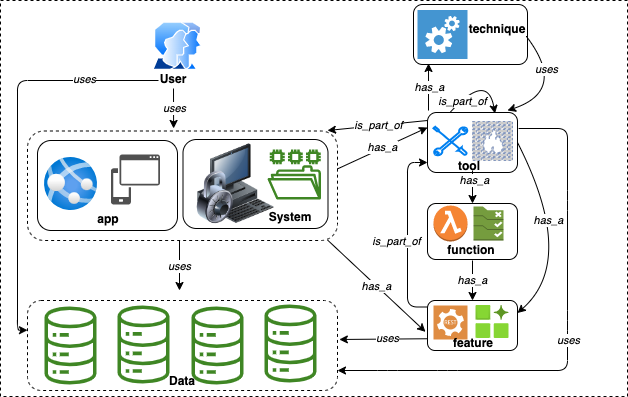
The draw.io diagram Ontology/ontology_user_view.png in garima0106/AISecKG-cybersecurity-dataset, before a commit. Source tidied: cells renumbered, new cells last; positions are measured from the earlier drawing's top-left corner, leaving out a move shared by most shapes. Its diagram source:
```xml
<mxGraphModel>
  <root>
    <mxCell id="0" />
    <mxCell id="1" parent="0" />
    <mxCell id="2" style="rounded=0;whiteSpace=wrap;html=1;dashed=1;" parent="1" vertex="1">
      <mxGeometry width="627" height="396" as="geometry" />
    </mxCell>
    <mxCell id="3" style="rounded=1;whiteSpace=wrap;html=1;" parent="1" vertex="1">
      <mxGeometry x="413" y="4" width="114" height="60" as="geometry" />
    </mxCell>
    <mxCell id="4" style="rounded=1;whiteSpace=wrap;html=1;dashed=1;" parent="1" vertex="1">
      <mxGeometry x="27" y="130.5" width="310" height="109.5" as="geometry" />
    </mxCell>
    <mxCell id="5" style="rounded=1;whiteSpace=wrap;html=1;" parent="1" vertex="1">
      <mxGeometry x="182.5" y="139" width="145" height="89" as="geometry" />
    </mxCell>
    <mxCell id="6" style="edgeStyle=orthogonalEdgeStyle;rounded=1;orthogonalLoop=1;jettySize=auto;html=1;" parent="1" edge="1">
      <mxGeometry relative="1" as="geometry">
        <mxPoint x="427" y="306.5" as="sourcePoint" />
        <mxPoint x="427" y="162" as="targetPoint" />
        <Array as="points">
          <mxPoint x="407" y="307" />
          <mxPoint x="407" y="162" />
          <mxPoint x="427" y="162" />
        </Array>
      </mxGeometry>
    </mxCell>
    <mxCell id="7" value="&lt;i&gt;is_part_of&lt;/i&gt;" style="edgeLabel;html=1;align=center;verticalAlign=middle;fontSize=11;fontFamily=Helvetica;fontColor=default;" parent="6" vertex="1">
      <mxGeometry x="-0.06" y="-2" relative="1" as="geometry">
        <mxPoint x="-14" y="1" as="offset" />
      </mxGeometry>
    </mxCell>
    <mxCell id="8" style="rounded=1;whiteSpace=wrap;html=1;" parent="1" vertex="1">
      <mxGeometry x="427" y="300" width="90" height="50" as="geometry" />
    </mxCell>
    <mxCell id="9" style="rounded=1;whiteSpace=wrap;html=1;" parent="1" vertex="1">
      <mxGeometry x="427" y="203" width="90" height="56" as="geometry" />
    </mxCell>
    <mxCell id="10" style="rounded=1;whiteSpace=wrap;html=1;dashed=1;" parent="1" vertex="1">
      <mxGeometry x="27" y="300" width="310" height="90" as="geometry" />
    </mxCell>
    <mxCell id="11" style="rounded=1;whiteSpace=wrap;html=1;" parent="1" vertex="1">
      <mxGeometry x="427" y="112" width="90" height="60" as="geometry" />
    </mxCell>
    <mxCell id="12" style="rounded=1;whiteSpace=wrap;html=1;" parent="1" vertex="1">
      <mxGeometry x="37" y="140" width="140" height="90" as="geometry" />
    </mxCell>
    <mxCell id="13" style="edgeStyle=orthogonalEdgeStyle;rounded=1;orthogonalLoop=1;jettySize=auto;html=1;entryX=0;entryY=0.33;entryDx=0;entryDy=0;entryPerimeter=0;startArrow=none;" parent="1" edge="1">
      <mxGeometry relative="1" as="geometry">
        <mxPoint x="158" y="80" as="sourcePoint" />
        <mxPoint x="27" y="329.7" as="targetPoint" />
        <Array as="points">
          <mxPoint x="17" y="80" />
          <mxPoint x="17" y="330" />
        </Array>
      </mxGeometry>
    </mxCell>
    <mxCell id="14" value="&lt;i&gt;uses&lt;/i&gt;" style="edgeLabel;html=1;align=center;verticalAlign=middle;fontSize=11;fontFamily=Helvetica;fontColor=default;" parent="13" vertex="1">
      <mxGeometry x="-0.62" y="-1" relative="1" as="geometry">
        <mxPoint y="-1" as="offset" />
      </mxGeometry>
    </mxCell>
    <mxCell id="15" style="perimeter=ellipsePerimeter;html=1;align=center;shadow=0;dashed=0;spacingTop=3;image;image=img/lib/active_directory/user_accounts.svg;" parent="1" vertex="1">
      <mxGeometry x="152" y="21.5" width="50" height="48.5" as="geometry" />
    </mxCell>
    <mxCell id="16" style="image;html=1;image=img/lib/clip_art/computers/Secure_System_128x128.png;" parent="1" vertex="1">
      <mxGeometry x="195" y="143.5" width="80" height="80" as="geometry" />
    </mxCell>
    <mxCell id="17" style="sketch=0;shadow=0;dashed=0;html=1;strokeColor=none;labelPosition=center;verticalLabelPosition=bottom;verticalAlign=top;align=center;fillColor=#505050;shape=mxgraph.mscae.intune.device_os;" parent="1" vertex="1">
      <mxGeometry x="110.5" y="154" width="49" height="50" as="geometry" />
    </mxCell>
    <mxCell id="18" style="sketch=0;fontColor=#232F3E;gradientColor=none;fillColor=#3F8624;strokeColor=none;dashed=0;verticalLabelPosition=bottom;verticalAlign=top;align=center;html=1;fontSize=12;fontStyle=0;shape=mxgraph.aws4.file_system;" parent="1" vertex="1">
      <mxGeometry x="267" y="149" width="53.4" height="50" as="geometry" />
    </mxCell>
    <mxCell id="19" value="&lt;b&gt;System&lt;/b&gt;" style="text;html=1;strokeColor=none;fillColor=none;align=center;verticalAlign=middle;whiteSpace=wrap;rounded=0;" parent="1" vertex="1">
      <mxGeometry x="260" y="202" width="60" height="30" as="geometry" />
    </mxCell>
    <mxCell id="20" style="html=1;align=center;image;fontSize=12;image=img/lib/azure2/compute/App_Services.svg;" parent="1" vertex="1">
      <mxGeometry x="44" y="157" width="53" height="53" as="geometry" />
    </mxCell>
    <mxCell id="21" value="&lt;b&gt;app&lt;/b&gt;" style="text;html=1;strokeColor=none;fillColor=none;align=center;verticalAlign=middle;whiteSpace=wrap;rounded=0;" parent="1" vertex="1">
      <mxGeometry x="78" y="204" width="60" height="30" as="geometry" />
    </mxCell>
    <mxCell id="22" style="endArrow=classic;html=1;rounded=0;" parent="1" edge="1">
      <mxGeometry relative="1" as="geometry">
        <mxPoint x="179" y="240" as="sourcePoint" />
        <mxPoint x="179" y="290" as="targetPoint" />
      </mxGeometry>
    </mxCell>
    <mxCell id="23" value="&lt;i&gt;uses&lt;/i&gt;" style="edgeLabel;html=1;align=center;verticalAlign=middle;fontSize=11;fontFamily=Helvetica;fontColor=default;" parent="22" vertex="1">
      <mxGeometry x="-0.02" y="1" relative="1" as="geometry">
        <mxPoint x="-2" as="offset" />
      </mxGeometry>
    </mxCell>
    <mxCell id="24" style="html=1;verticalLabelPosition=bottom;align=center;labelBackgroundColor=#ffffff;verticalAlign=top;strokeWidth=2;strokeColor=#0080F0;shadow=0;dashed=0;shape=mxgraph.ios7.icons.tools;" parent="1" vertex="1">
      <mxGeometry x="433" y="126.3" width="34" height="28.7" as="geometry" />
    </mxCell>
    <mxCell id="25" style="dashed=0;verticalLabelPosition=bottom;verticalAlign=top;align=center;html=1;shape=mxgraph.aws3.config_rule;fillColor=#759C3E;gradientColor=none;" parent="1" vertex="1">
      <mxGeometry x="473" y="206" width="30" height="34" as="geometry" />
    </mxCell>
    <mxCell id="26" style="dashed=0;verticalLabelPosition=bottom;verticalAlign=top;align=center;html=1;shape=mxgraph.aws3.lambda_function;fillColor=#F58534;gradientColor=none;" parent="1" vertex="1">
      <mxGeometry x="433" y="205" width="34" height="36" as="geometry" />
    </mxCell>
    <mxCell id="27" style="html=1;align=center;image;fontSize=12;image=img/lib/azure2/general/Preview_Features.svg;" parent="1" vertex="1">
      <mxGeometry x="475.5" y="305" width="33" height="33" as="geometry" />
    </mxCell>
    <mxCell id="28" style="sketch=0;shadow=0;dashed=0;html=1;strokeColor=none;fillColor=#DF8C42;labelPosition=center;verticalLabelPosition=bottom;verticalAlign=top;align=center;shape=mxgraph.veeam2.restful_api;" parent="1" vertex="1">
      <mxGeometry x="433" y="305" width="34" height="34" as="geometry" />
    </mxCell>
    <mxCell id="29" value="&lt;b&gt;tool&lt;/b&gt;" style="text;html=1;strokeColor=none;fillColor=none;align=center;verticalAlign=middle;whiteSpace=wrap;rounded=0;" parent="1" vertex="1">
      <mxGeometry x="439" y="153" width="60" height="26" as="geometry" />
    </mxCell>
    <mxCell id="30" style="sketch=0;fontColor=#232F3E;gradientColor=none;fillColor=#3F8624;strokeColor=none;dashed=0;verticalLabelPosition=bottom;verticalAlign=top;align=center;html=1;fontSize=12;fontStyle=0;shape=mxgraph.aws4.iot_analytics_data_store;" parent="1" vertex="1">
      <mxGeometry x="116" y="305" width="54" height="78" as="geometry" />
    </mxCell>
    <mxCell id="31" style="sketch=0;fontColor=#232F3E;gradientColor=none;fillColor=#3F8624;strokeColor=none;dashed=0;verticalLabelPosition=bottom;verticalAlign=top;align=center;html=1;fontSize=12;fontStyle=0;shape=mxgraph.aws4.iot_analytics_data_store;" parent="1" vertex="1">
      <mxGeometry x="263" y="304" width="54" height="78" as="geometry" />
    </mxCell>
    <mxCell id="32" style="sketch=0;fontColor=#232F3E;gradientColor=none;fillColor=#3F8624;strokeColor=none;dashed=0;verticalLabelPosition=bottom;verticalAlign=top;align=center;html=1;fontSize=12;fontStyle=0;shape=mxgraph.aws4.iot_analytics_data_store;" parent="1" vertex="1">
      <mxGeometry x="43" y="306" width="54" height="78" as="geometry" />
    </mxCell>
    <mxCell id="33" value="&lt;b&gt;function&lt;/b&gt;" style="text;html=1;strokeColor=none;fillColor=none;align=center;verticalAlign=middle;whiteSpace=wrap;rounded=0;" parent="1" vertex="1">
      <mxGeometry x="441" y="235" width="60" height="30" as="geometry" />
    </mxCell>
    <mxCell id="34" value="&lt;b&gt;feature&lt;/b&gt;" style="text;html=1;strokeColor=none;fillColor=none;align=center;verticalAlign=middle;whiteSpace=wrap;rounded=0;" parent="1" vertex="1">
      <mxGeometry x="443" y="328" width="60" height="30" as="geometry" />
    </mxCell>
    <mxCell id="35" value="&lt;i&gt;has_a&lt;/i&gt;" style="endArrow=classic;html=1;rounded=0;entryX=0.5;entryY=0;entryDx=0;entryDy=0;" parent="1" edge="1" target="8">
      <mxGeometry relative="1" as="geometry">
        <mxPoint x="472" y="260" as="sourcePoint" />
      </mxGeometry>
    </mxCell>
    <mxCell id="36" value="&lt;b&gt;Data&lt;/b&gt;" style="text;html=1;strokeColor=none;fillColor=none;align=center;verticalAlign=middle;whiteSpace=wrap;rounded=0;" parent="1" vertex="1">
      <mxGeometry x="152" y="366" width="60" height="30" as="geometry" />
    </mxCell>
    <mxCell id="37" style="endArrow=classic;html=1;rounded=0;exitX=0;exitY=0.75;exitDx=0;exitDy=0;entryX=1.006;entryY=0.345;entryDx=0;entryDy=0;entryPerimeter=0;" parent="1" edge="1">
      <mxGeometry relative="1" as="geometry">
        <mxPoint x="427" y="338.2" as="sourcePoint" />
        <mxPoint x="338.9" y="339" as="targetPoint" />
      </mxGeometry>
    </mxCell>
    <mxCell id="38" value="&lt;i&gt;uses&lt;/i&gt;" style="edgeLabel;html=1;align=center;verticalAlign=middle;fontSize=11;fontFamily=Helvetica;fontColor=default;" parent="37" vertex="1">
      <mxGeometry x="-0.09" y="-1" relative="1" as="geometry" />
    </mxCell>
    <mxCell id="39" style="sketch=0;fontColor=#232F3E;gradientColor=none;fillColor=#3F8624;strokeColor=none;dashed=0;verticalLabelPosition=bottom;verticalAlign=top;align=center;html=1;fontSize=12;fontStyle=0;shape=mxgraph.aws4.iot_analytics_data_store;" parent="1" vertex="1">
      <mxGeometry x="190" y="306" width="54" height="78" as="geometry" />
    </mxCell>
    <mxCell id="40" style="endArrow=classic;html=1;rounded=0;entryX=0.5;entryY=0;entryDx=0;entryDy=0;" parent="1" edge="1" target="9">
      <mxGeometry relative="1" as="geometry">
        <mxPoint x="472" y="170" as="sourcePoint" />
      </mxGeometry>
    </mxCell>
    <mxCell id="41" value="&lt;i&gt;has_a&lt;/i&gt;" style="edgeLabel;html=1;align=center;verticalAlign=middle;fontSize=11;fontFamily=Helvetica;fontColor=default;" parent="40" vertex="1">
      <mxGeometry x="-0.48" y="1" relative="1" as="geometry" />
    </mxCell>
    <mxCell id="42" style="fontColor=#0066CC;verticalAlign=top;verticalLabelPosition=bottom;labelPosition=center;align=center;html=1;fillColor=#CCCCCC;strokeColor=#6881B3;gradientColor=none;gradientDirection=north;strokeWidth=2;shape=mxgraph.networks.firewall;dashed=1;" parent="1" vertex="1">
      <mxGeometry x="472" y="121" width="40" height="39" as="geometry" />
    </mxCell>
    <mxCell id="43" style="endArrow=classic;html=1;rounded=1;labelBackgroundColor=default;strokeColor=default;fontFamily=Helvetica;fontSize=11;fontColor=default;shape=connector;entryX=0.71;entryY=-0.005;entryDx=0;entryDy=0;entryPerimeter=0;" parent="1" edge="1">
      <mxGeometry relative="1" as="geometry">
        <mxPoint x="173" y="88" as="sourcePoint" />
        <mxPoint x="173.1" y="128" as="targetPoint" />
      </mxGeometry>
    </mxCell>
    <mxCell id="44" value="&lt;i&gt;uses&lt;/i&gt;" style="edgeLabel;html=1;align=center;verticalAlign=middle;dashed=1;fontFamily=Helvetica;fontSize=11;fontColor=default;" parent="43" vertex="1">
      <mxGeometry relative="1" as="geometry" />
    </mxCell>
    <mxCell id="45" style="endArrow=classic;html=1;rounded=1;labelBackgroundColor=default;strokeColor=default;fontFamily=Helvetica;fontSize=11;fontColor=default;shape=connector;exitX=0.968;exitY=0.996;exitDx=0;exitDy=0;exitPerimeter=0;entryX=-0.022;entryY=0.627;entryDx=0;entryDy=0;entryPerimeter=0;" parent="1" edge="1" source="4" target="8">
      <mxGeometry relative="1" as="geometry" />
    </mxCell>
    <mxCell id="46" value="&lt;i&gt;has_a&lt;/i&gt;" style="edgeLabel;html=1;align=center;verticalAlign=middle;dashed=1;fontFamily=Helvetica;fontSize=11;fontColor=default;" parent="45" vertex="1">
      <mxGeometry relative="1" as="geometry" />
    </mxCell>
    <mxCell id="47" value="&lt;i&gt;has_a&lt;/i&gt;" style="endArrow=classic;html=1;rounded=1;labelBackgroundColor=default;strokeColor=default;fontFamily=Helvetica;fontSize=11;fontColor=default;shape=connector;exitX=1;exitY=0.346;exitDx=0;exitDy=0;exitPerimeter=0;entryX=0;entryY=0.25;entryDx=0;entryDy=0;" parent="1" edge="1" source="4" target="11">
      <mxGeometry relative="1" as="geometry" />
    </mxCell>
    <mxCell id="48" style="endArrow=classic;html=1;rounded=1;labelBackgroundColor=default;strokeColor=default;fontFamily=Helvetica;fontSize=11;fontColor=default;shape=connector;" parent="1" edge="1">
      <mxGeometry relative="1" as="geometry">
        <mxPoint x="427" y="120" as="sourcePoint" />
        <mxPoint x="327" y="130" as="targetPoint" />
      </mxGeometry>
    </mxCell>
    <mxCell id="49" value="&lt;i&gt;is_part_of&lt;/i&gt;" style="edgeLabel;html=1;align=center;verticalAlign=middle;dashed=1;fontFamily=Helvetica;fontSize=11;fontColor=default;" parent="48" vertex="1">
      <mxGeometry relative="1" as="geometry" />
    </mxCell>
    <mxCell id="50" value="&lt;b&gt;User&lt;/b&gt;" style="text;html=1;strokeColor=none;fillColor=none;align=center;verticalAlign=middle;whiteSpace=wrap;rounded=0;" parent="1" vertex="1">
      <mxGeometry x="148" y="64" width="50" height="30" as="geometry" />
    </mxCell>
    <mxCell id="51" style="endArrow=classic;html=1;labelBackgroundColor=default;strokeColor=default;fontFamily=Helvetica;fontSize=11;fontColor=default;shape=connector;exitX=1;exitY=0.5;exitDx=0;exitDy=0;entryX=1;entryY=0.25;entryDx=0;entryDy=0;curved=1;" parent="1" edge="1" source="11" target="8">
      <mxGeometry relative="1" as="geometry">
        <Array as="points">
          <mxPoint x="577" y="260" />
        </Array>
      </mxGeometry>
    </mxCell>
    <mxCell id="52" value="&lt;i&gt;has_a&lt;/i&gt;" style="edgeLabel;html=1;align=center;verticalAlign=middle;dashed=1;fontFamily=Helvetica;fontSize=11;fontColor=default;" parent="51" vertex="1">
      <mxGeometry relative="1" as="geometry">
        <mxPoint x="-18" y="-17" as="offset" />
      </mxGeometry>
    </mxCell>
    <mxCell id="53" style="endArrow=classic;html=1;labelBackgroundColor=default;strokeColor=default;fontFamily=Helvetica;fontSize=11;fontColor=default;shape=connector;exitX=0.25;exitY=0;exitDx=0;exitDy=0;entryX=0.75;entryY=0;entryDx=0;entryDy=0;curved=1;" parent="1" edge="1" source="11">
      <mxGeometry x="-0.21" y="28" relative="1" as="geometry">
        <mxPoint x="494.5" y="113" as="targetPoint" />
        <Array as="points">
          <mxPoint x="487" y="71" />
        </Array>
      </mxGeometry>
    </mxCell>
    <mxCell id="54" value="&lt;i&gt;is_part_of&lt;/i&gt;" style="edgeLabel;html=1;align=center;verticalAlign=middle;fontSize=11;fontFamily=Helvetica;fontColor=default;" parent="53" vertex="1">
      <mxGeometry x="-0.68" y="-1" relative="1" as="geometry" />
    </mxCell>
    <mxCell id="55" style="endArrow=classic;html=1;rounded=1;" parent="1" edge="1">
      <mxGeometry relative="1" as="geometry">
        <mxPoint x="518.2" y="128" as="sourcePoint" />
        <mxPoint x="337" y="370" as="targetPoint" />
        <Array as="points">
          <mxPoint x="567" y="128" />
          <mxPoint x="567" y="200" />
          <mxPoint x="567" y="320" />
          <mxPoint x="567" y="370" />
          <mxPoint x="447" y="370" />
          <mxPoint x="387" y="370" />
          <mxPoint x="337" y="370" />
        </Array>
      </mxGeometry>
    </mxCell>
    <mxCell id="56" value="&lt;i&gt;uses&lt;/i&gt;" style="edgeLabel;html=1;align=center;verticalAlign=middle;" parent="55" vertex="1">
      <mxGeometry relative="1" as="geometry" />
    </mxCell>
    <mxCell id="57" style="shadow=0;dashed=0;html=1;strokeColor=none;fillColor=#4495D1;labelPosition=center;verticalLabelPosition=bottom;verticalAlign=top;align=center;shape=mxgraph.veeam.automated_testing;" parent="1" vertex="1">
      <mxGeometry x="417" y="9.5" width="50" height="49" as="geometry" />
    </mxCell>
    <mxCell id="58" value="&lt;b&gt;technique&lt;/b&gt;" style="text;html=1;strokeColor=none;fillColor=none;align=center;verticalAlign=middle;whiteSpace=wrap;rounded=0;" parent="1" vertex="1">
      <mxGeometry x="467" y="13.5" width="60" height="30" as="geometry" />
    </mxCell>
    <mxCell id="59" value="&lt;i&gt;uses&lt;/i&gt;" style="endArrow=classic;html=1;exitX=1;exitY=0.75;exitDx=0;exitDy=0;curved=1;" parent="1" edge="1">
      <mxGeometry x="-0.4" y="-4" relative="1" as="geometry">
        <mxPoint x="526" y="36" as="sourcePoint" />
        <mxPoint x="507" y="110" as="targetPoint" />
        <Array as="points">
          <mxPoint x="567" y="90" />
        </Array>
      </mxGeometry>
    </mxCell>
    <mxCell id="60" style="endArrow=classic;html=1;curved=1;exitX=0.1;exitY=-0.033;exitDx=0;exitDy=0;exitPerimeter=0;entryX=0.202;entryY=0.983;entryDx=0;entryDy=0;entryPerimeter=0;" parent="1" edge="1">
      <mxGeometry relative="1" as="geometry">
        <mxPoint x="428" y="110" as="sourcePoint" />
        <mxPoint x="428" y="63" as="targetPoint" />
      </mxGeometry>
    </mxCell>
    <mxCell id="61" value="&lt;i&gt;has_a&lt;/i&gt;" style="edgeLabel;html=1;align=center;verticalAlign=middle;" parent="60" vertex="1">
      <mxGeometry relative="1" as="geometry" />
    </mxCell>
  </root>
</mxGraphModel>
```
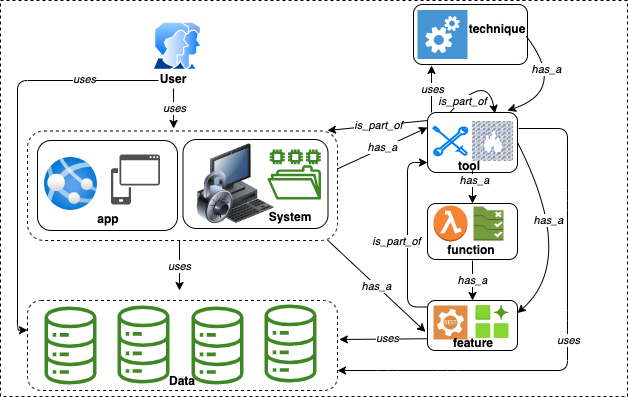
After the commit.

The edit, as a diff of the source:
```diff
@@ -233,7 +233,7 @@
     <mxCell id="58" value="&lt;b&gt;technique&lt;/b&gt;" style="text;html=1;strokeColor=none;fillColor=none;align=center;verticalAlign=middle;whiteSpace=wrap;rounded=0;" parent="1" vertex="1">
       <mxGeometry x="467" y="13.5" width="60" height="30" as="geometry" />
     </mxCell>
-    <mxCell id="59" value="&lt;i&gt;uses&lt;/i&gt;" style="endArrow=classic;html=1;exitX=1;exitY=0.75;exitDx=0;exitDy=0;curved=1;" parent="1" edge="1">
+    <mxCell id="59" value="&lt;i&gt;has_a&lt;/i&gt;" style="endArrow=classic;html=1;exitX=1;exitY=0.75;exitDx=0;exitDy=0;curved=1;" parent="1" edge="1">
       <mxGeometry x="-0.4" y="-4" relative="1" as="geometry">
         <mxPoint x="526" y="36" as="sourcePoint" />
         <mxPoint x="507" y="110" as="targetPoint" />
@@ -242,13 +242,13 @@
         </Array>
       </mxGeometry>
     </mxCell>
-    <mxCell id="60" style="endArrow=classic;html=1;curved=1;exitX=0.1;exitY=-0.033;exitDx=0;exitDy=0;exitPerimeter=0;entryX=0.202;entryY=0.983;entryDx=0;entryDy=0;entryPerimeter=0;" parent="1" edge="1">
+    <mxCell id="60" style="endArrow=classic;html=1;curved=1;entryX=0.202;entryY=0.983;entryDx=0;entryDy=0;entryPerimeter=0;" parent="1" edge="1">
       <mxGeometry relative="1" as="geometry">
-        <mxPoint x="428" y="110" as="sourcePoint" />
-        <mxPoint x="428" y="63" as="targetPoint" />
+        <mxPoint x="431" y="112" as="sourcePoint" />
+        <mxPoint x="431" y="65" as="targetPoint" />
       </mxGeometry>
     </mxCell>
-    <mxCell id="61" value="&lt;i&gt;has_a&lt;/i&gt;" style="edgeLabel;html=1;align=center;verticalAlign=middle;" parent="60" vertex="1">
+    <mxCell id="61" value="&lt;i&gt;uses&lt;/i&gt;" style="edgeLabel;html=1;align=center;verticalAlign=middle;" parent="60" vertex="1">
       <mxGeometry relative="1" as="geometry" />
     </mxCell>
   </root>
```
